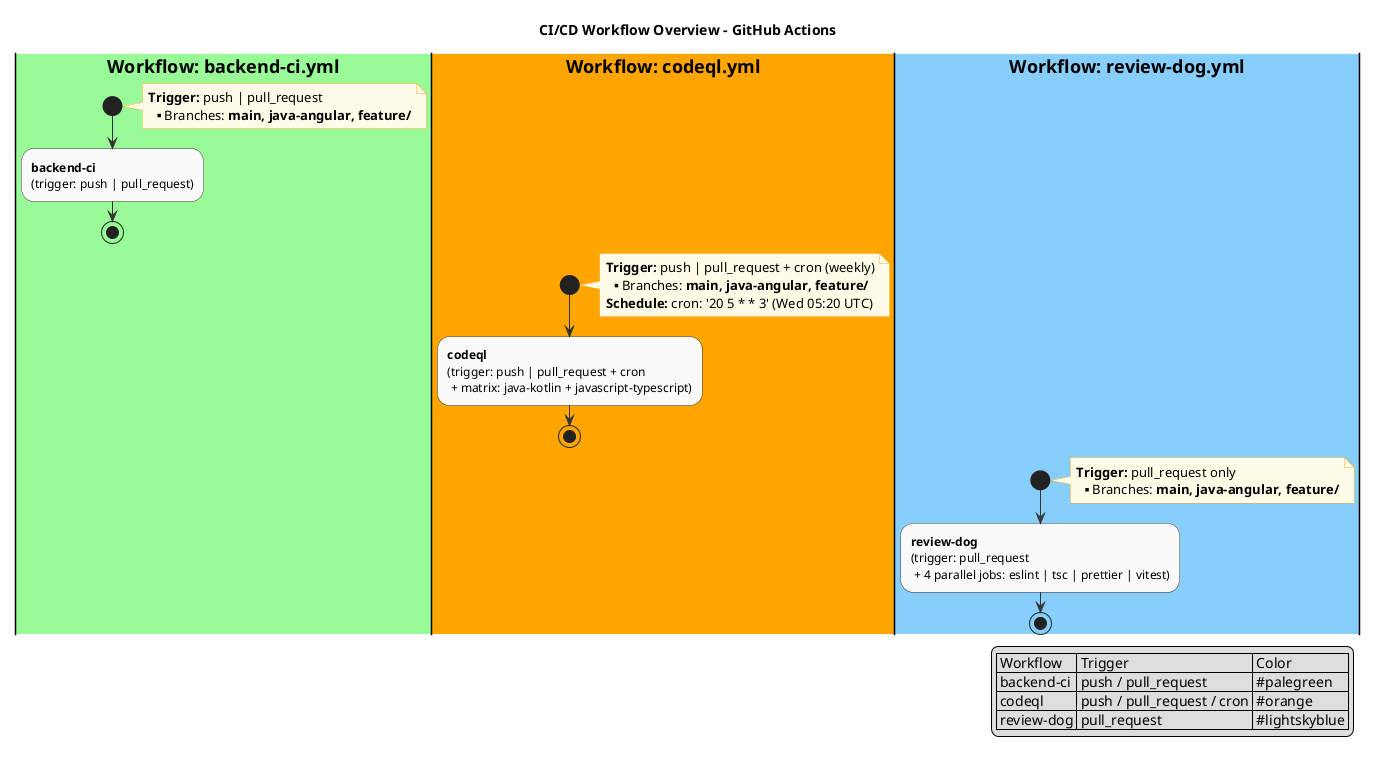
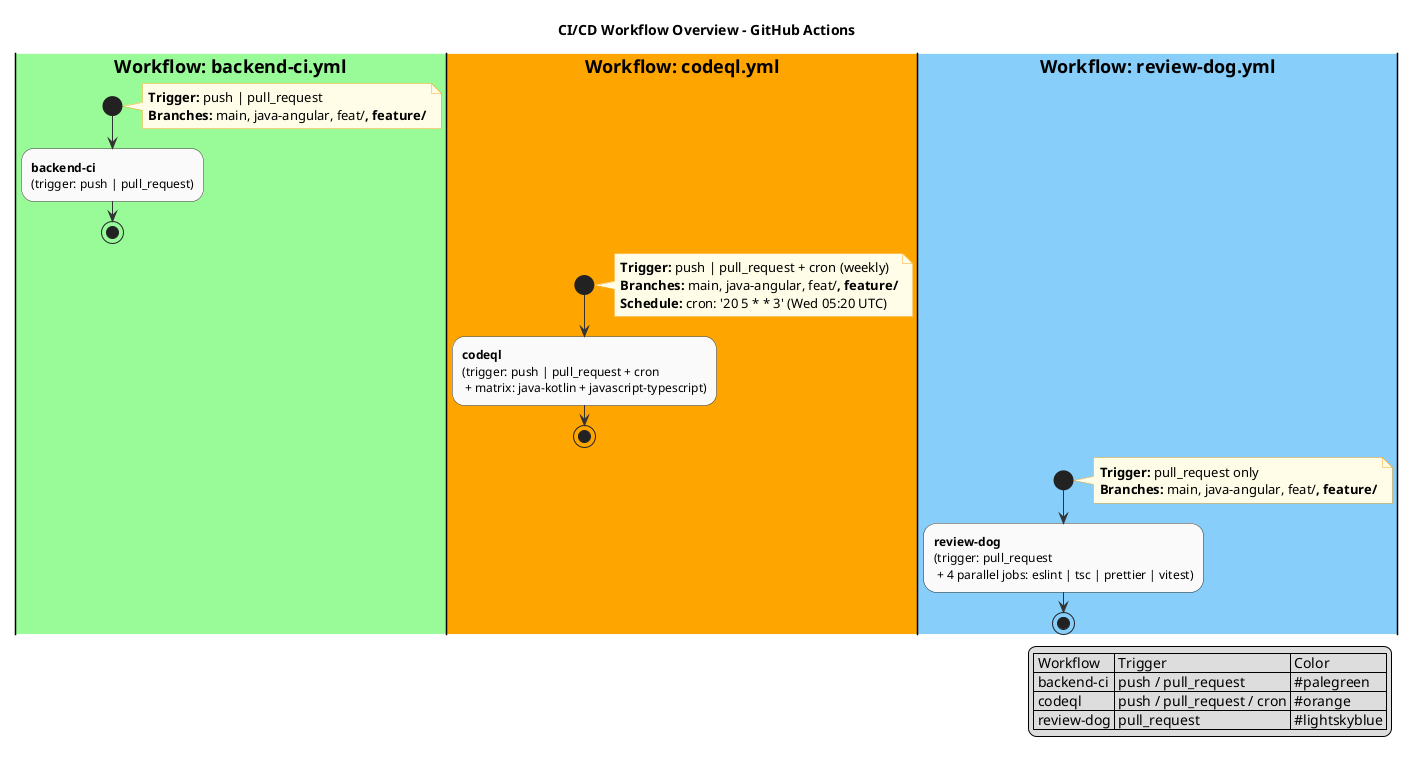
@startuml cicd-workflow
!pragma activityFlow
skinparam activityBackgroundColor #FAFAFA
skinparam activityBorderColor #333333
skinparam activityDiamondBackgroundColor #F0F0F0
skinparam activityDiamondBorderColor #333333
skinparam arrowColor #333333
skinparam noteBackgroundColor #FFFDE7
skinparam noteBorderColor #F9A825
skinparam packageStyle rectangle

title CI/CD Workflow Overview - GitHub Actions

|#palegreen|**Workflow: backend-ci.yml**|
start
note right
**Trigger:** push | pull_request
- **Branches:** main, java-angular, feature/**
+ **Branches:** main, java-angular, feat/**, feature/**
end note
:**backend-ci**
(trigger: push | pull_request);
stop

|#orange|**Workflow: codeql.yml**|
start
note right
**Trigger:** push | pull_request + cron (weekly)
- **Branches:** main, java-angular, feature/**
+ **Branches:** main, java-angular, feat/**, feature/**
**Schedule:** cron: '20 5 * * 3' (Wed 05:20 UTC)
end note
:**codeql**
(trigger: push | pull_request + cron
 + matrix: java-kotlin + javascript-typescript);
stop

|#lightskyblue|**Workflow: review-dog.yml**|
start
note right
**Trigger:** pull_request only
- **Branches:** main, java-angular, feature/**
+ **Branches:** main, java-angular, feat/**, feature/**
end note
:**review-dog**
(trigger: pull_request
 + 4 parallel jobs: eslint | tsc | prettier | vitest);
stop

legend right
| Workflow | Trigger | Color |
| backend-ci | push / pull_request | #palegreen |
| codeql | push / pull_request / cron | #orange |
| review-dog | pull_request | #lightskyblue |
endlegend
@enduml
